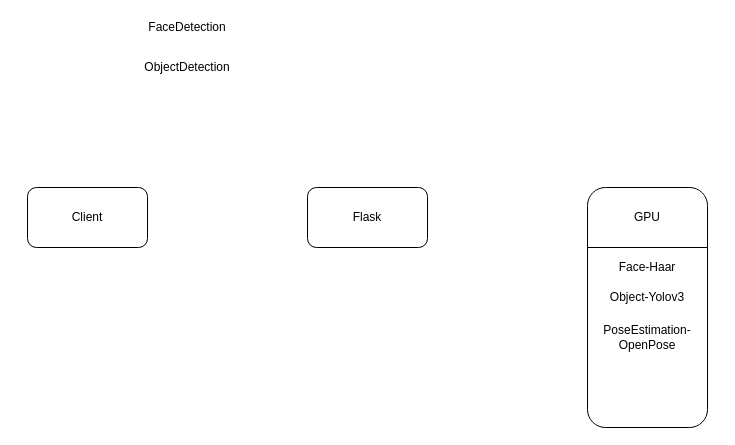
This is System Design.drawio from houance/CV-API-PlatForm, a draw.io file, before an edit. Source tidied: cells renumbered, new cells numbered last; positions are measured from the earlier drawing's top-left corner, leaving out a move shared by most shapes. Both pictures are drawn from the tidied source at 100%, with x=0, y=0 at pixel (27, 17).
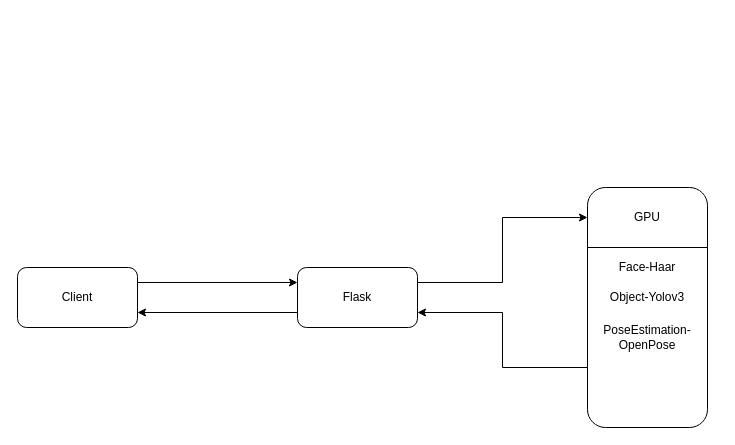
The same page after the edit.

The edit, as a diff of the source:
```diff
@@
 <mxGraphModel>
   <root>
     <mxCell id="0" />
     <mxCell id="1" parent="0" />
+    <mxCell id="12" style="edgeStyle=orthogonalEdgeStyle;rounded=0;jettySize=auto;html=1;exitX=1;exitY=0.25;exitDx=0;exitDy=0;entryX=0;entryY=0.25;entryDx=0;entryDy=0;" parent="1" edge="1" source="2" target="4">
+      <mxGeometry relative="1" as="geometry" />
+    </mxCell>
     <mxCell id="2" value="Client" style="rounded=1;whiteSpace=wrap;html=1;" parent="1" vertex="1">
-      <mxGeometry y="170" width="120" height="60" as="geometry" />
+      <mxGeometry x="-10" y="250" width="120" height="60" as="geometry" />
     </mxCell>
+    <mxCell id="13" style="edgeStyle=orthogonalEdgeStyle;rounded=0;jettySize=auto;html=1;exitX=0;exitY=0.75;exitDx=0;exitDy=0;entryX=1;entryY=0.75;entryDx=0;entryDy=0;" parent="1" edge="1" source="3" target="4">
+      <mxGeometry relative="1" as="geometry" />
+    </mxCell>
     <mxCell id="3" style="rounded=1;whiteSpace=wrap;html=1;" parent="1" vertex="1">
       <mxGeometry x="560" y="170" width="120" height="240" as="geometry" />
     </mxCell>
+    <mxCell id="14" style="edgeStyle=orthogonalEdgeStyle;rounded=0;jettySize=auto;html=1;exitX=0;exitY=0.75;exitDx=0;exitDy=0;entryX=1;entryY=0.75;entryDx=0;entryDy=0;" parent="1" edge="1" source="4" target="2">
+      <mxGeometry relative="1" as="geometry" />
+    </mxCell>
+    <mxCell id="15" style="edgeStyle=orthogonalEdgeStyle;rounded=0;jettySize=auto;html=1;exitX=1;exitY=0.25;exitDx=0;exitDy=0;entryX=0;entryY=0.125;entryDx=0;entryDy=0;entryPerimeter=0;" parent="1" edge="1" source="4" target="3">
+      <mxGeometry relative="1" as="geometry" />
+    </mxCell>
     <mxCell id="4" value="Flask" style="rounded=1;whiteSpace=wrap;html=1;" parent="1" vertex="1">
-      <mxGeometry x="280" y="170" width="120" height="60" as="geometry" />
+      <mxGeometry x="270" y="250" width="120" height="60" as="geometry" />
     </mxCell>
-    <mxCell id="5" value="FaceDetection" style="text;html=1;strokeColor=none;fillColor=none;align=center;verticalAlign=middle;whiteSpace=wrap;rounded=0;" parent="1" vertex="1">
-      <mxGeometry x="140" width="40" height="20" as="geometry" />
-    </mxCell>
-    <mxCell id="6" value="ObjectDetection" style="text;html=1;strokeColor=none;fillColor=none;align=center;verticalAlign=middle;whiteSpace=wrap;rounded=0;" parent="1" vertex="1">
-      <mxGeometry x="140" y="40" width="40" height="20" as="geometry" />
-    </mxCell>
     <mxCell id="7" value="Face-Haar" style="text;html=1;strokeColor=none;fillColor=none;align=center;verticalAlign=middle;whiteSpace=wrap;rounded=0;" parent="1" vertex="1">
       <mxGeometry x="590" y="240" width="60" height="20" as="geometry" />
     </mxCell>
     <mxCell id="8" value="Object-Yolov3" style="text;html=1;strokeColor=none;fillColor=none;align=center;verticalAlign=middle;whiteSpace=wrap;rounded=0;" parent="1" vertex="1">
       <mxGeometry x="560" y="270" width="120" height="20" as="geometry" />
     </mxCell>
     <mxCell id="9" value="PoseEstimation-&lt;br&gt;OpenPose" style="text;html=1;strokeColor=none;fillColor=none;align=center;verticalAlign=middle;whiteSpace=wrap;rounded=0;" parent="1" vertex="1">
       <mxGeometry x="550" y="310" width="140" height="20" as="geometry" />
     </mxCell>
     <mxCell id="10" value="GPU" style="text;html=1;strokeColor=none;fillColor=none;align=center;verticalAlign=middle;whiteSpace=wrap;rounded=0;" parent="1" vertex="1">
       <mxGeometry x="600" y="190" width="40" height="20" as="geometry" />
     </mxCell>
     <mxCell id="11" style="endArrow=none;html=1;exitX=0;exitY=0.25;exitDx=0;exitDy=0;entryX=1;entryY=0.25;entryDx=0;entryDy=0;" parent="1" edge="1" source="3" target="3">
       <mxGeometry relative="1" as="geometry" />
     </mxCell>
   </root>
 </mxGraphModel>
```
